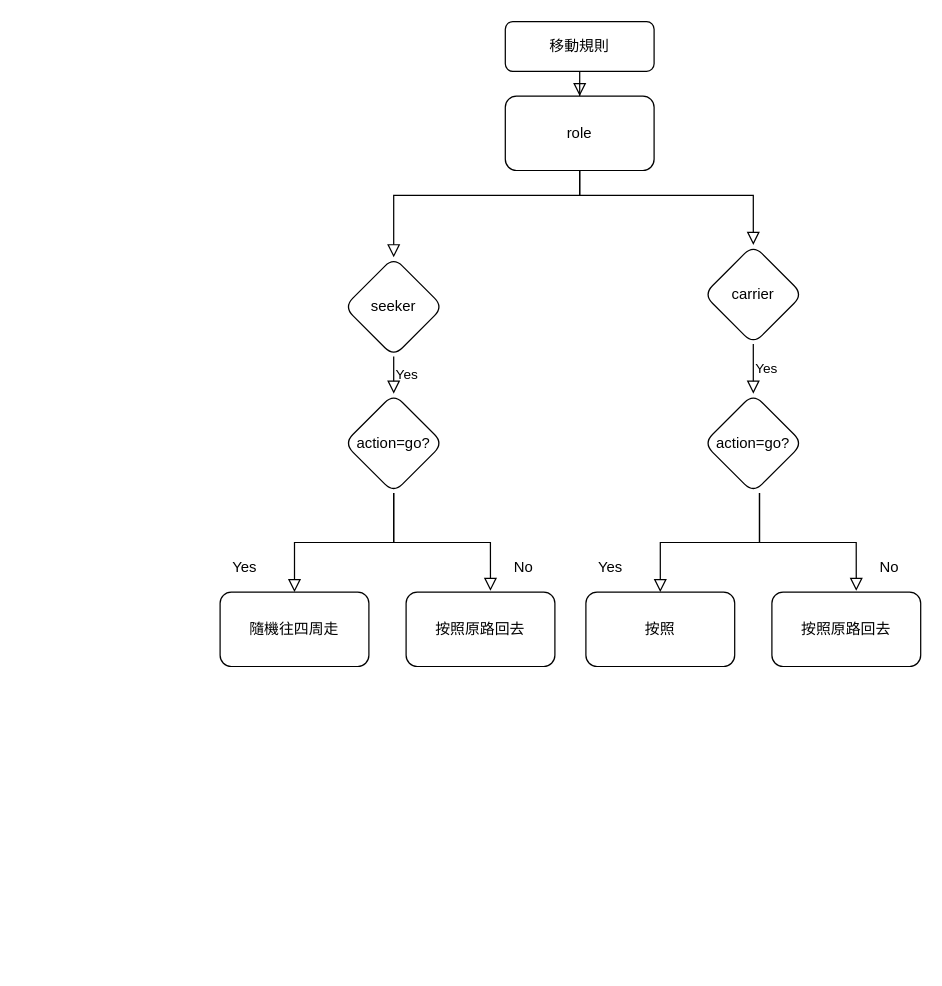
The draw.io diagram Untitled Diagram.drawio in QiuBingCheng/AntColonySimulation, before the edit. Source tidied: cells renumbered, new cells numbered last; positions are measured from the earlier drawing's top-left corner, leaving out a move shared by most shapes. Both pictures are drawn from the tidied source at 124%, with x=0, y=0 at pixel (219, 21).
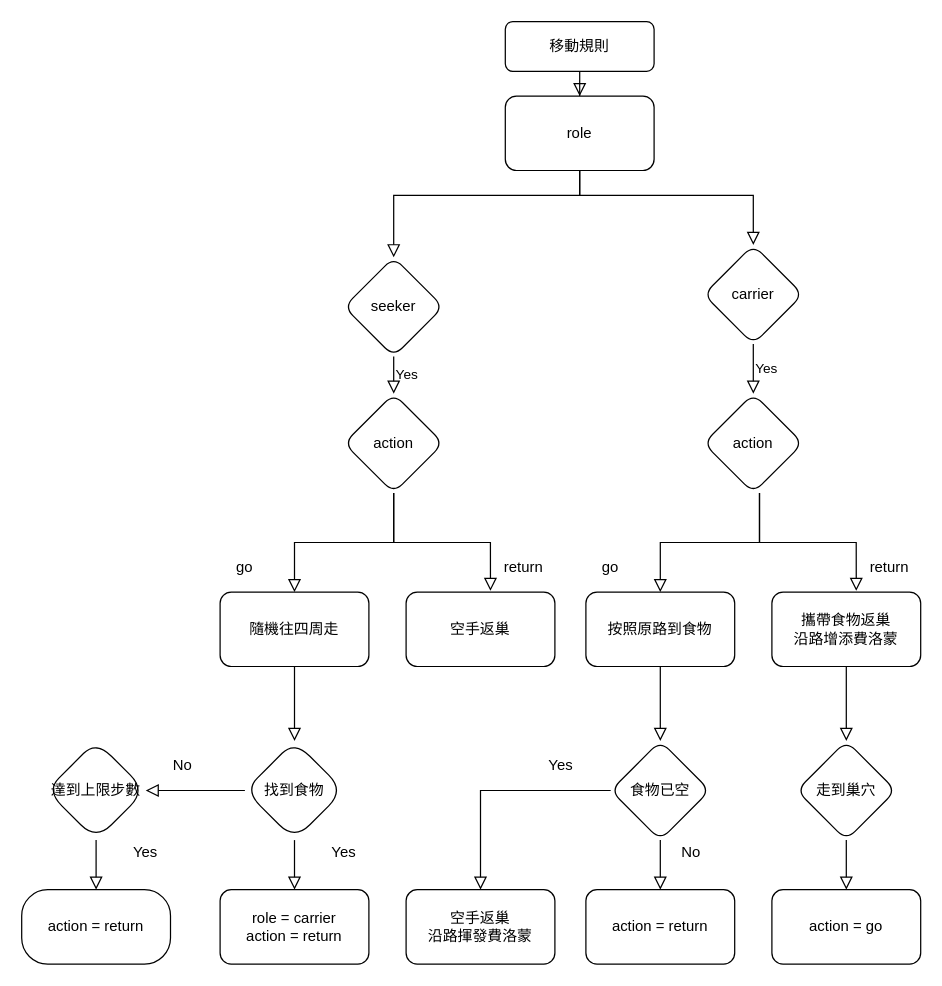
After the change.

The change refers to these unchanged cells:
```xml
<mxCell id="15" value="隨機往四周走" style="whiteSpace=wrap;html=1;rounded=1;shadow=0;strokeWidth=1;glass=0;" parent="1" vertex="1">
  <mxGeometry y="460" width="120" height="60" as="geometry" />
</mxCell>
```

What changed in the source:
```diff
@@
-    <mxCell id="13" value="action=go?" style="rhombus;whiteSpace=wrap;html=1;rounded=1;shadow=0;strokeWidth=1;glass=0;" parent="1" vertex="1">
+    <mxCell id="13" value="action" style="rhombus;whiteSpace=wrap;html=1;rounded=1;shadow=0;strokeWidth=1;glass=0;" parent="1" vertex="1">
       <mxGeometry x="100" y="300" width="80" height="80" as="geometry" />
     </mxCell>
-    <mxCell id="14" value="&lt;span&gt;action=go?&lt;/span&gt;" style="rhombus;whiteSpace=wrap;html=1;rounded=1;shadow=0;strokeWidth=1;glass=0;" parent="1" vertex="1">
+    <mxCell id="14" value="&lt;span&gt;action&lt;/span&gt;" style="rhombus;whiteSpace=wrap;html=1;rounded=1;shadow=0;strokeWidth=1;glass=0;" parent="1" vertex="1">
       <mxGeometry x="390" y="300" width="80" height="80" as="geometry" />
     </mxCell>
+    <mxCell id="25" style="edgeStyle=orthogonalEdgeStyle;rounded=0;jettySize=auto;html=1;shadow=0;labelBackgroundColor=none;endArrow=block;endFill=0;endSize=8;strokeWidth=1;align=left;" parent="1" edge="1" source="15" target="30">
+      <mxGeometry relative="1" as="geometry" />
+    </mxCell>
@@
-    <mxCell id="16" value="按照原路回去" style="whiteSpace=wrap;html=1;rounded=1;shadow=0;strokeWidth=1;glass=0;" parent="1" vertex="1">
+    <mxCell id="16" value="空手返巢" style="whiteSpace=wrap;html=1;rounded=1;shadow=0;strokeWidth=1;glass=0;" parent="1" vertex="1">
       <mxGeometry x="150" y="460" width="120" height="60" as="geometry" />
     </mxCell>
-    <mxCell id="17" value="Yes" style="text;html=1;strokeColor=none;fillColor=none;align=center;verticalAlign=middle;whiteSpace=wrap;rounded=0;fontColor=#000000;" parent="1" vertex="1">
+    <mxCell id="17" value="go" style="text;html=1;strokeColor=none;fillColor=none;align=center;verticalAlign=middle;whiteSpace=wrap;rounded=0;fontColor=#000000;" parent="1" vertex="1">
       <mxGeometry y="430" width="40" height="20" as="geometry" />
     </mxCell>
-    <mxCell id="18" value="No" style="text;html=1;strokeColor=none;fillColor=none;align=center;verticalAlign=middle;whiteSpace=wrap;rounded=0;fontColor=#000000;" parent="1" vertex="1">
+    <mxCell id="18" value="return" style="text;html=1;strokeColor=none;fillColor=none;align=center;verticalAlign=middle;whiteSpace=wrap;rounded=0;fontColor=#000000;" parent="1" vertex="1">
       <mxGeometry x="225" y="430" width="40" height="20" as="geometry" />
     </mxCell>
@@
+    <mxCell id="26" style="edgeStyle=orthogonalEdgeStyle;rounded=0;jettySize=auto;html=1;shadow=0;labelBackgroundColor=none;endArrow=block;endFill=0;endSize=8;strokeWidth=1;align=left;" parent="1" edge="1" source="21" target="34">
+      <mxGeometry relative="1" as="geometry" />
+    </mxCell>
-    <mxCell id="21" value="按照" style="whiteSpace=wrap;html=1;rounded=1;shadow=0;strokeWidth=1;glass=0;" parent="1" vertex="1">
+    <mxCell id="21" value="按照原路到食物" style="whiteSpace=wrap;html=1;rounded=1;shadow=0;strokeWidth=1;glass=0;" parent="1" vertex="1">
       <mxGeometry x="295" y="460" width="120" height="60" as="geometry" />
     </mxCell>
+    <mxCell id="27" style="edgeStyle=orthogonalEdgeStyle;rounded=0;jettySize=auto;html=1;shadow=0;labelBackgroundColor=none;endArrow=block;endFill=0;endSize=8;strokeWidth=1;align=left;" parent="1" edge="1" source="22" target="46">
+      <mxGeometry relative="1" as="geometry" />
+    </mxCell>
-    <mxCell id="22" value="按照原路回去" style="whiteSpace=wrap;html=1;rounded=1;shadow=0;strokeWidth=1;glass=0;" parent="1" vertex="1">
+    <mxCell id="22" value="攜帶食物返巢&lt;br&gt;沿路增添費洛蒙" style="whiteSpace=wrap;html=1;rounded=1;shadow=0;strokeWidth=1;glass=0;" parent="1" vertex="1">
       <mxGeometry x="445" y="460" width="120" height="60" as="geometry" />
     </mxCell>
-    <mxCell id="23" value="Yes" style="text;html=1;strokeColor=none;fillColor=none;align=center;verticalAlign=middle;whiteSpace=wrap;rounded=0;fontColor=#000000;" parent="1" vertex="1">
+    <mxCell id="23" value="go" style="text;html=1;strokeColor=none;fillColor=none;align=center;verticalAlign=middle;whiteSpace=wrap;rounded=0;fontColor=#000000;" parent="1" vertex="1">
       <mxGeometry x="295" y="430" width="40" height="20" as="geometry" />
     </mxCell>
-    <mxCell id="24" value="No" style="text;html=1;strokeColor=none;fillColor=none;align=center;verticalAlign=middle;whiteSpace=wrap;rounded=0;fontColor=#000000;" parent="1" vertex="1">
+    <mxCell id="24" value="return" style="text;html=1;strokeColor=none;fillColor=none;align=center;verticalAlign=middle;whiteSpace=wrap;rounded=0;fontColor=#000000;" parent="1" vertex="1">
       <mxGeometry x="520" y="430" width="40" height="20" as="geometry" />
     </mxCell>
+    <mxCell id="28" style="edgeStyle=orthogonalEdgeStyle;rounded=0;jettySize=auto;html=1;shadow=0;labelBackgroundColor=none;endArrow=block;endFill=0;endSize=8;strokeWidth=1;align=left;" parent="1" edge="1" source="30" target="31">
+      <mxGeometry relative="1" as="geometry" />
+    </mxCell>
+    <mxCell id="29" style="edgeStyle=orthogonalEdgeStyle;rounded=0;jettySize=auto;html=1;shadow=0;labelBackgroundColor=none;endArrow=block;endFill=0;endSize=8;strokeWidth=1;align=left;" parent="1" edge="1" source="30" target="41">
+      <mxGeometry relative="1" as="geometry" />
+    </mxCell>
+    <mxCell id="30" value="找到食物" style="rhombus;whiteSpace=wrap;html=1;rounded=1;shadow=0;strokeWidth=1;glass=0;arcSize=35;" parent="1" vertex="1">
+      <mxGeometry x="20" y="580" width="80" height="80" as="geometry" />
+    </mxCell>
+    <mxCell id="31" value="role = carrier&lt;br&gt;action = return" style="whiteSpace=wrap;html=1;rounded=1;shadow=0;strokeWidth=1;glass=0;" parent="1" vertex="1">
+      <mxGeometry y="700" width="120" height="60" as="geometry" />
+    </mxCell>
+    <mxCell id="32" style="edgeStyle=orthogonalEdgeStyle;rounded=0;jettySize=auto;html=1;shadow=0;labelBackgroundColor=none;endArrow=block;endFill=0;endSize=8;strokeWidth=1;align=left;" parent="1" edge="1" source="34" target="35">
+      <mxGeometry relative="1" as="geometry" />
+    </mxCell>
+    <mxCell id="33" style="edgeStyle=orthogonalEdgeStyle;rounded=0;jettySize=auto;html=1;shadow=0;labelBackgroundColor=none;endArrow=block;endFill=0;endSize=8;strokeWidth=1;align=left;" parent="1" edge="1" source="34" target="38">
+      <mxGeometry relative="1" as="geometry" />
+    </mxCell>
+    <mxCell id="34" value="食物已空" style="rhombus;whiteSpace=wrap;html=1;rounded=1;shadow=0;strokeWidth=1;glass=0;" parent="1" vertex="1">
+      <mxGeometry x="315" y="580" width="80" height="80" as="geometry" />
+    </mxCell>
+    <mxCell id="35" value="空手返巢&lt;br&gt;沿路揮發費洛蒙" style="whiteSpace=wrap;html=1;rounded=1;shadow=0;strokeWidth=1;glass=0;" parent="1" vertex="1">
+      <mxGeometry x="150" y="700" width="120" height="60" as="geometry" />
+    </mxCell>
+    <mxCell id="36" value="Yes" style="text;html=1;strokeColor=none;fillColor=none;align=center;verticalAlign=middle;whiteSpace=wrap;rounded=0;fontColor=#000000;" parent="1" vertex="1">
+      <mxGeometry x="255" y="590" width="40" height="20" as="geometry" />
+    </mxCell>
+    <mxCell id="37" value="Yes" style="text;html=1;strokeColor=none;fillColor=none;align=center;verticalAlign=middle;whiteSpace=wrap;rounded=0;fontColor=#000000;" parent="1" vertex="1">
+      <mxGeometry x="80" y="660" width="40" height="20" as="geometry" />
+    </mxCell>
+    <mxCell id="38" value="action = return" style="whiteSpace=wrap;html=1;rounded=1;shadow=0;strokeWidth=1;glass=0;" parent="1" vertex="1">
+      <mxGeometry x="295" y="700" width="120" height="60" as="geometry" />
+    </mxCell>
+    <mxCell id="39" value="No" style="text;html=1;strokeColor=none;fillColor=none;align=center;verticalAlign=middle;whiteSpace=wrap;rounded=0;fontColor=#000000;" parent="1" vertex="1">
+      <mxGeometry x="360" y="660" width="40" height="20" as="geometry" />
+    </mxCell>
+    <mxCell id="40" style="edgeStyle=orthogonalEdgeStyle;rounded=0;jettySize=auto;html=1;shadow=0;labelBackgroundColor=none;endArrow=block;endFill=0;endSize=8;strokeWidth=1;align=left;" parent="1" edge="1" source="41" target="42">
+      <mxGeometry relative="1" as="geometry" />
+    </mxCell>
+    <mxCell id="41" value="達到上限步數" style="rhombus;whiteSpace=wrap;html=1;rounded=1;shadow=0;strokeWidth=1;glass=0;arcSize=35;" parent="1" vertex="1">
+      <mxGeometry x="-140" y="580" width="80" height="80" as="geometry" />
+    </mxCell>
+    <mxCell id="42" value="action = return" style="whiteSpace=wrap;html=1;rounded=1;shadow=0;strokeWidth=1;glass=0;arcSize=35;" parent="1" vertex="1">
+      <mxGeometry x="-160" y="700" width="120" height="60" as="geometry" />
+    </mxCell>
+    <mxCell id="43" value="Yes" style="text;html=1;strokeColor=none;fillColor=none;align=center;verticalAlign=middle;whiteSpace=wrap;rounded=0;fontColor=#000000;" parent="1" vertex="1">
+      <mxGeometry x="-80" y="660" width="40" height="20" as="geometry" />
+    </mxCell>
+    <mxCell id="44" value="No" style="text;html=1;strokeColor=none;fillColor=none;align=center;verticalAlign=middle;whiteSpace=wrap;rounded=0;fontColor=#000000;" parent="1" vertex="1">
+      <mxGeometry x="-50" y="590" width="40" height="20" as="geometry" />
+    </mxCell>
+    <mxCell id="45" style="edgeStyle=orthogonalEdgeStyle;rounded=0;jettySize=auto;html=1;shadow=0;labelBackgroundColor=none;endArrow=block;endFill=0;endSize=8;strokeWidth=1;align=left;" parent="1" edge="1" source="46" target="47">
+      <mxGeometry relative="1" as="geometry" />
+    </mxCell>
+    <mxCell id="46" value="走到巢穴" style="rhombus;whiteSpace=wrap;html=1;rounded=1;shadow=0;strokeWidth=1;glass=0;" parent="1" vertex="1">
+      <mxGeometry x="465" y="580" width="80" height="80" as="geometry" />
+    </mxCell>
+    <mxCell id="47" value="&lt;span&gt;action = go&lt;/span&gt;" style="whiteSpace=wrap;html=1;rounded=1;shadow=0;strokeWidth=1;glass=0;" parent="1" vertex="1">
+      <mxGeometry x="445" y="700" width="120" height="60" as="geometry" />
+    </mxCell>
```
